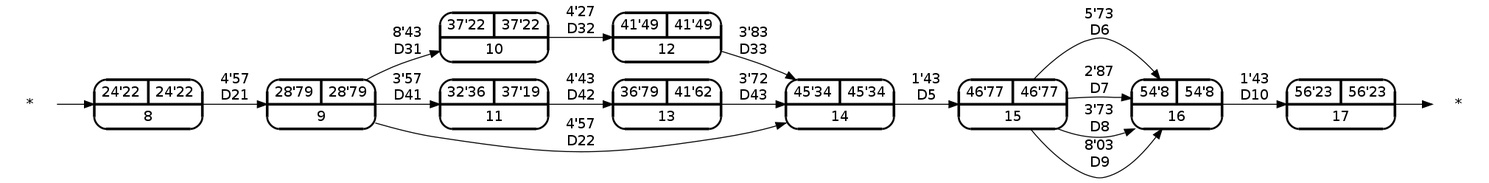
The Graphviz diagram Trabajos/T3/img/grafo_el_diseño.png in srug86/pgsiesi, before a commit. Its source is kept beside it as Trabajos/T3/img/grafo_el_diseño.dot.
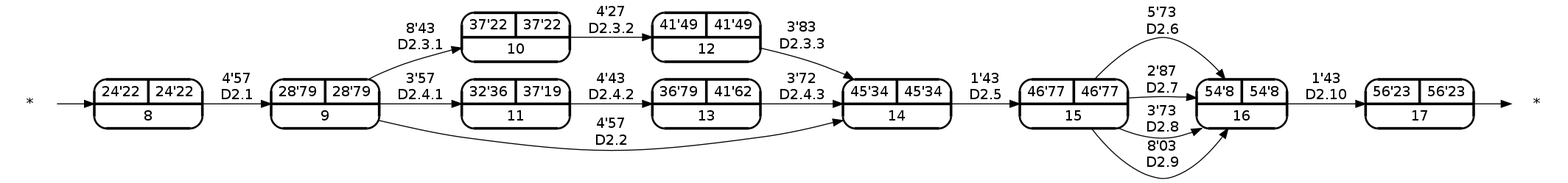
Later version of the same file.

The edit, as a diff of the source:
```diff
@@ -14,19 +14,19 @@
 	17 [shape=record, label="{ 56'23 | 56'23 } | 17"];
 	node [shape = circle];
 	ast1 -> 8;
-	8 -> 9 [label = "4'57" + "\nD21"];
-	9 -> 14 [label = "4'57" + "\nD22"];
-	9 -> 10 [label = "8'43" + "\nD31"];
-	10 -> 12 [label = "4'27" + "\nD32"];
-	12 -> 14 [label = "3'83" + "\nD33"];
-	9 -> 11 [label = "3'57" + "\nD41"];
-	11 -> 13 [label = "4'43" + "\nD42"];
-	13 -> 14 [label = "3'72" + "\nD43"];
-	14 -> 15 [label = "1'43" + "\nD5"];
-	15 -> 16 [label = "5'73" + "\nD6"];
-	15 -> 16 [label = "2'87" + "\nD7"];
-	15 -> 16 [label = "3'73" + "\nD8"];
-	15 -> 16 [label = "8'03" + "\nD9"];
-	16 -> 17 [label = "1'43" + "\nD10"];
+	8 -> 9 [label = "4'57" + "\nD2.1"];
+	9 -> 14 [label = "4'57" + "\nD2.2"];
+	9 -> 10 [label = "8'43" + "\nD2.3.1"];
+	10 -> 12 [label = "4'27" + "\nD2.3.2"];
+	12 -> 14 [label = "3'83" + "\nD2.3.3"];
+	9 -> 11 [label = "3'57" + "\nD2.4.1"];
+	11 -> 13 [label = "4'43" + "\nD2.4.2"];
+	13 -> 14 [label = "3'72" + "\nD2.4.3"];
+	14 -> 15 [label = "1'43" + "\nD2.5"];
+	15 -> 16 [label = "5'73" + "\nD2.6"];
+	15 -> 16 [label = "2'87" + "\nD2.7"];
+	15 -> 16 [label = "3'73" + "\nD2.8"];
+	15 -> 16 [label = "8'03" + "\nD2.9"];
+	16 -> 17 [label = "1'43" + "\nD2.10"];
 	17 -> ast2;
 }
```
